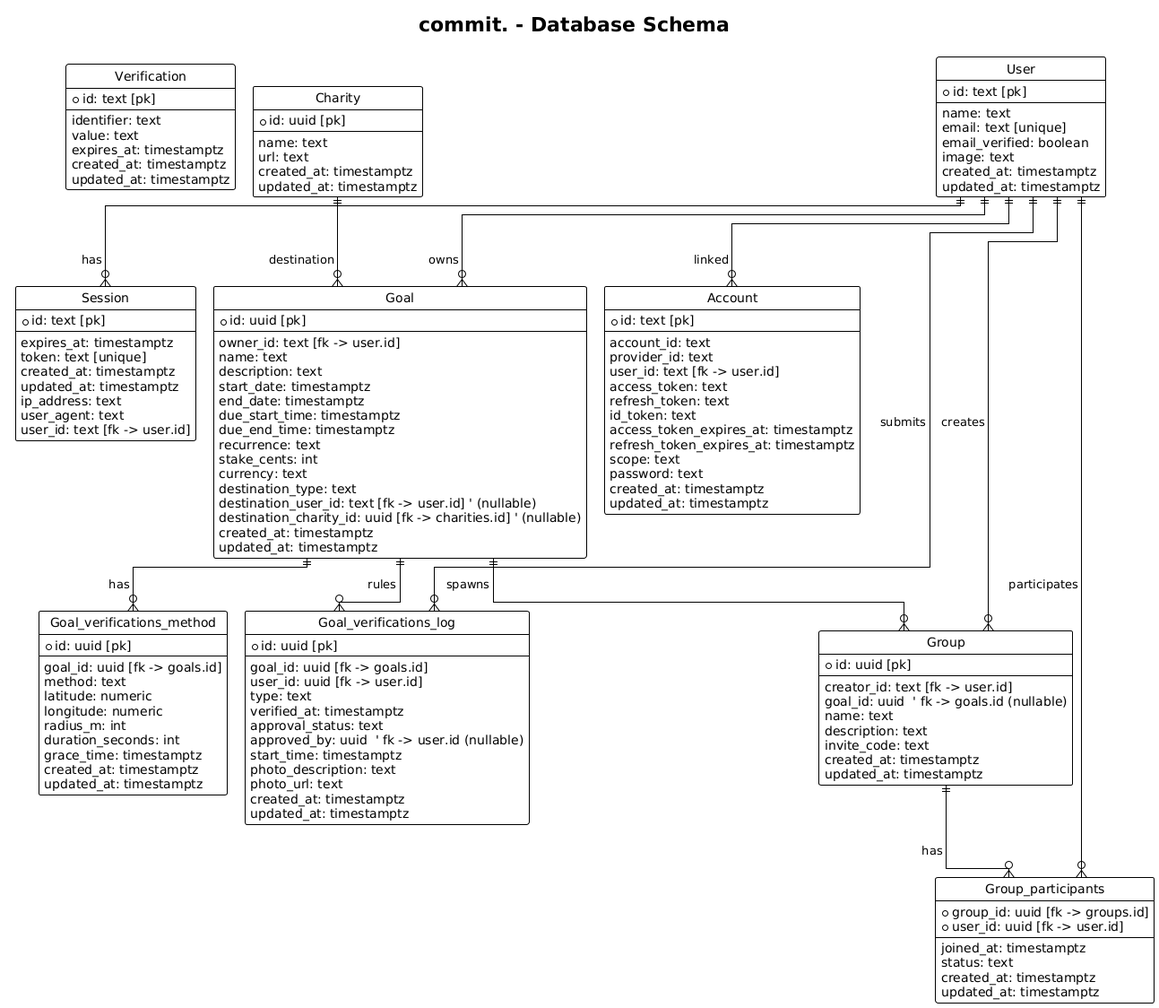
Before: docs/db-schema.png, a diagram exported from PlantUML (getcommitapp/commit).
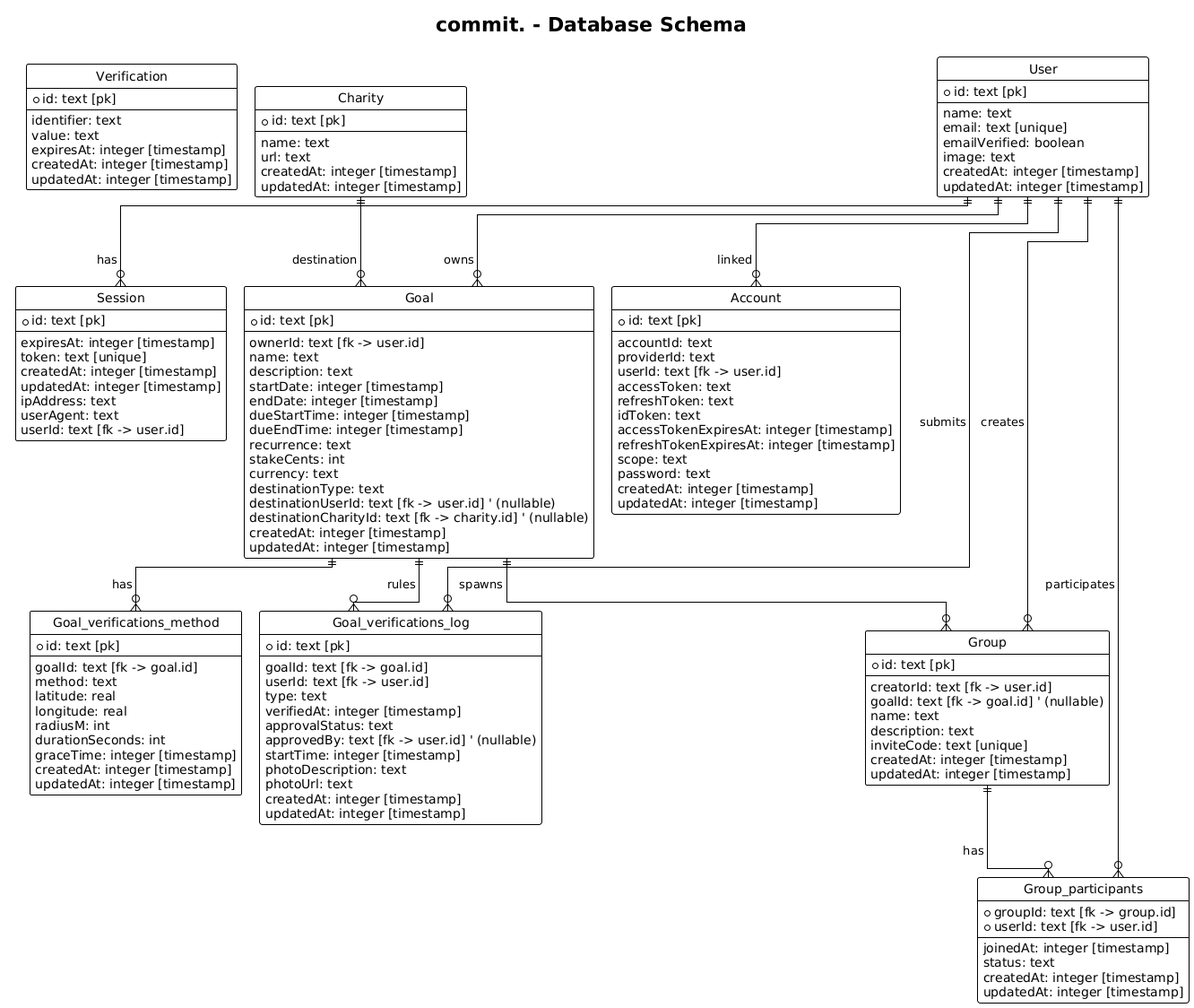
The same file after the commit.

Commit message:
feat(api): update db schema (#92)

The edit, as a diff of the source:
```diff
@@ -19,39 +19,39 @@
   --
   name: text
   email: text [unique]
-  email_verified: boolean
+  emailVerified: boolean
   image: text
-  created_at: timestamptz
-  updated_at: timestamptz
+  createdAt: integer [timestamp]
+  updatedAt: integer [timestamp]
 }
 
 entity "Session" as session {
   + id: text [pk]
   --
-  expires_at: timestamptz
+  expiresAt: integer [timestamp]
   token: text [unique]
-  created_at: timestamptz
-  updated_at: timestamptz
-  ip_address: text
-  user_agent: text
-  user_id: text [fk -> user.id]
+  createdAt: integer [timestamp]
+  updatedAt: integer [timestamp]
+  ipAddress: text
+  userAgent: text
+  userId: text [fk -> user.id]
 }
 
 entity "Account" as account {
   + id: text [pk]
   --
-  account_id: text
-  provider_id: text
-  user_id: text [fk -> user.id]
-  access_token: text
-  refresh_token: text
-  id_token: text
-  access_token_expires_at: timestamptz
-  refresh_token_expires_at: timestamptz
+  accountId: text
+  providerId: text
+  userId: text [fk -> user.id]
+  accessToken: text
+  refreshToken: text
+  idToken: text
+  accessTokenExpiresAt: integer [timestamp]
+  refreshTokenExpiresAt: integer [timestamp]
   scope: text
   password: text
-  created_at: timestamptz
-  updated_at: timestamptz
+  createdAt: integer [timestamp]
+  updatedAt: integer [timestamp]
 }
 
 entity "Verification" as verification {
@@ -59,90 +59,90 @@
   --
   identifier: text
   value: text
-  expires_at: timestamptz
-  created_at: timestamptz
-  updated_at: timestamptz
+  expiresAt: integer [timestamp]
+  createdAt: integer [timestamp]
+  updatedAt: integer [timestamp]
 }
 
 entity "Charity" as charity {
-  + id: uuid [pk]
+  + id: text [pk]
   --
   name: text
   url: text
-  created_at: timestamptz
-  updated_at: timestamptz
+  createdAt: integer [timestamp]
+  updatedAt: integer [timestamp]
 }
 
 entity "Goal" as goal {
-  + id: uuid [pk]
+  + id: text [pk]
   --
-  owner_id: text [fk -> user.id]
+  ownerId: text [fk -> user.id]
   name: text
   description: text
-  start_date: timestamptz
-  end_date: timestamptz
-  due_start_time: timestamptz
-  due_end_time: timestamptz
+  startDate: integer [timestamp]
+  endDate: integer [timestamp]
+  dueStartTime: integer [timestamp]
+  dueEndTime: integer [timestamp]
   recurrence: text
-  stake_cents: int
+  stakeCents: int
   currency: text
-  destination_type: text
-  destination_user_id: text [fk -> user.id] ' (nullable)
-  destination_charity_id: uuid [fk -> charities.id] ' (nullable)
-  created_at: timestamptz
-  updated_at: timestamptz
+  destinationType: text
+  destinationUserId: text [fk -> user.id] ' (nullable)
+  destinationCharityId: text [fk -> charity.id] ' (nullable)
+  createdAt: integer [timestamp]
+  updatedAt: integer [timestamp]
 }
 
 entity "Goal_verifications_method" as goal_verifications_method {
-  + id: uuid [pk]
+  + id: text [pk]
   --
-  goal_id: uuid [fk -> goals.id]
+  goalId: text [fk -> goal.id]
   method: text
-  latitude: numeric
-  longitude: numeric
-  radius_m: int
-  duration_seconds: int
-  grace_time: timestamptz
-  created_at: timestamptz
-  updated_at: timestamptz
+  latitude: real
+  longitude: real
+  radiusM: int
+  durationSeconds: int
+  graceTime: integer [timestamp]
+  createdAt: integer [timestamp]
+  updatedAt: integer [timestamp]
 }
 
 entity "Goal_verifications_log" as goal_verifications_log {
-  + id: uuid [pk]
+  + id: text [pk]
   --
-  goal_id: uuid [fk -> goals.id]
-  user_id: uuid [fk -> user.id]
+  goalId: text [fk -> goal.id]
+  userId: text [fk -> user.id]
   type: text
-  verified_at: timestamptz
-  approval_status: text
-  approved_by: uuid  ' fk -> user.id (nullable)
-  start_time: timestamptz
-  photo_description: text
-  photo_url: text
-  created_at: timestamptz
-  updated_at: timestamptz
+  verifiedAt: integer [timestamp]
+  approvalStatus: text
+  approvedBy: text [fk -> user.id] ' (nullable)
+  startTime: integer [timestamp]
+  photoDescription: text
+  photoUrl: text
+  createdAt: integer [timestamp]
+  updatedAt: integer [timestamp]
 }
 
 entity "Group" as group {
-  + id: uuid [pk]
+  + id: text [pk]
   --
-  creator_id: text [fk -> user.id]
-  goal_id: uuid  ' fk -> goals.id (nullable)
+  creatorId: text [fk -> user.id]
+  goalId: text [fk -> goal.id] ' (nullable)
   name: text
   description: text
-  invite_code: text
-  created_at: timestamptz
-  updated_at: timestamptz
+  inviteCode: text [unique]
+  createdAt: integer [timestamp]
+  updatedAt: integer [timestamp]
 }
 
 entity "Group_participants" as group_participants {
-  + group_id: uuid [fk -> groups.id]
-  + user_id: uuid [fk -> user.id]
+  + groupId: text [fk -> group.id]
+  + userId: text [fk -> user.id]
   --
-  joined_at: timestamptz
+  joinedAt: integer [timestamp]
   status: text
-  created_at: timestamptz
-  updated_at: timestamptz
+  createdAt: integer [timestamp]
+  updatedAt: integer [timestamp]
 }
 
 user ||--o{ goal : owns
```
